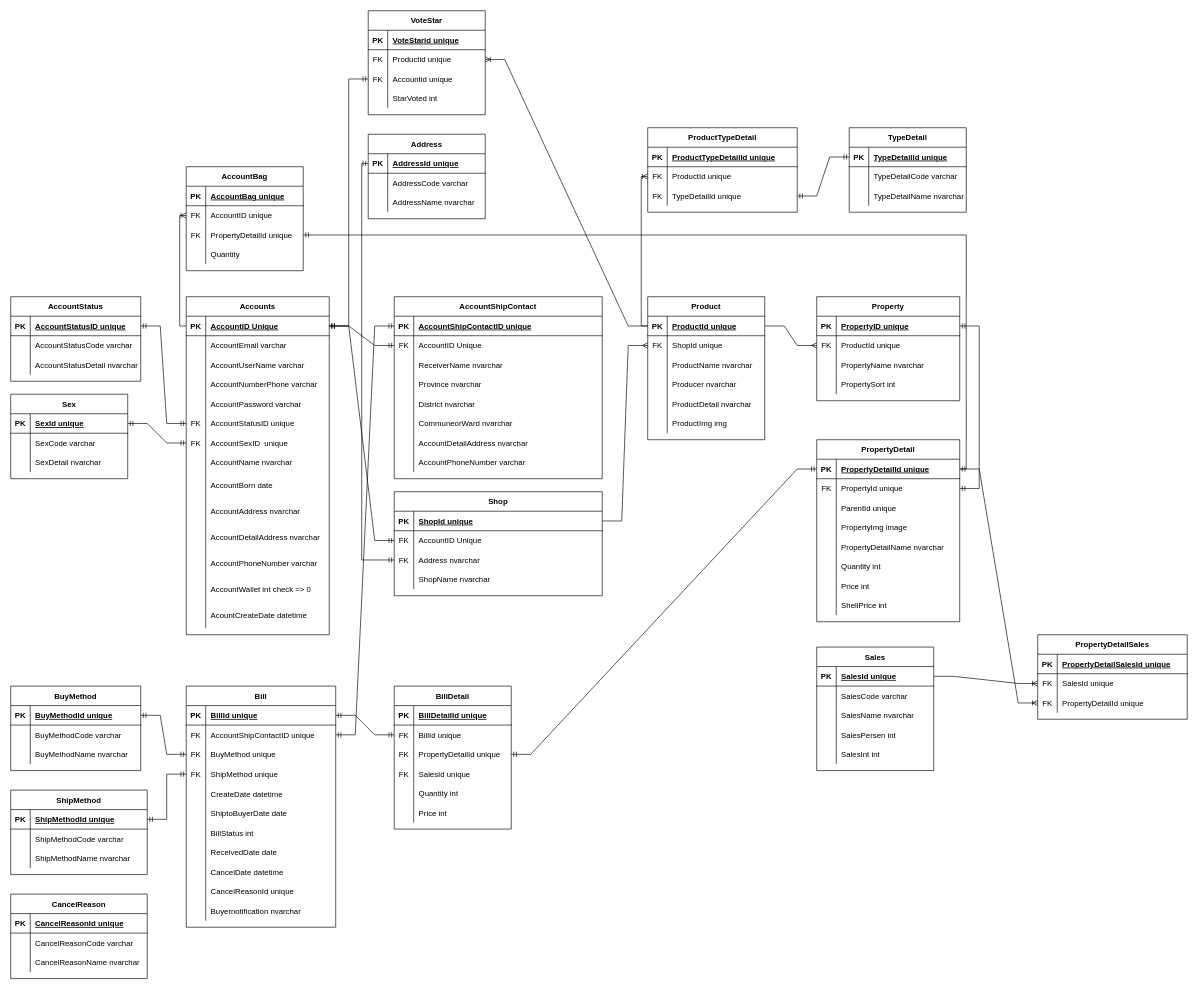
Earlier version of the draw.io diagram relationship-database-diagram.drawio (dj-xuyenchi/ShoppeeCover-desktop-web-java). Source tidied: cells renumbered, new cells numbered last; positions are measured from the earlier drawing's top-left corner, leaving out a move shared by most shapes. Both pictures are drawn from the tidied source at 65%, with x=0, y=0 at pixel (10, 10).
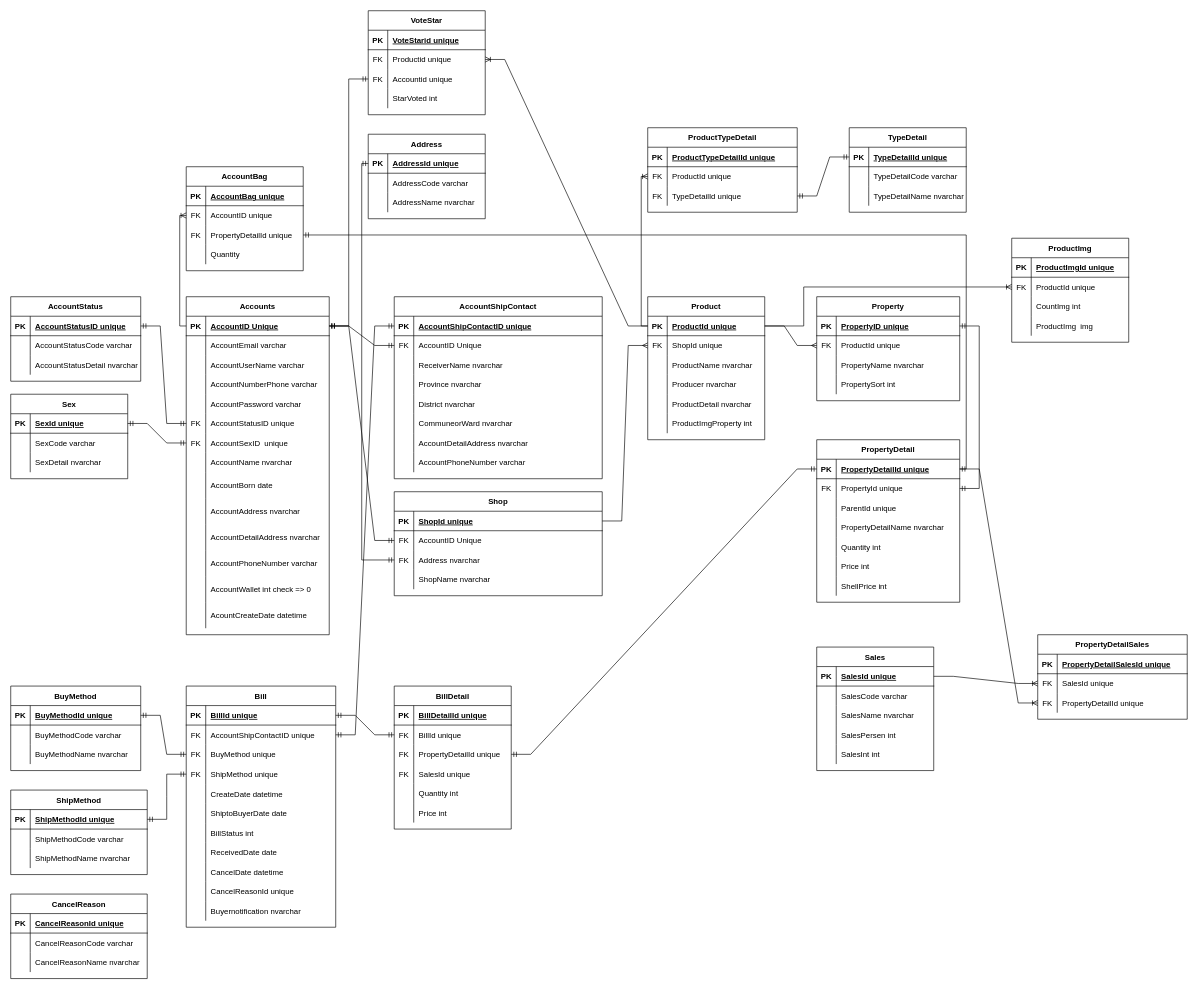
After the change.

Unchanged cells that the change refers to:
```xml
<mxCell id="108" style="shape=tableRow;horizontal=0;startSize=0;swimlaneHead=0;swimlaneBody=0;fillColor=none;points=[[0,0.5],[1,0.5]];portConstraint=eastwest;top=0;left=0;right=0;bottom=1;" parent="107" vertex="1">
  <mxGeometry y="30" width="180" height="30" as="geometry" />
</mxCell>
<mxCell id="123" style="shape=tableRow;horizontal=0;startSize=0;swimlaneHead=0;swimlaneBody=0;fillColor=none;top=0;left=0;right=0;bottom=0;" parent="107" vertex="1">
  <mxGeometry y="180" width="180" height="30" as="geometry" />
</mxCell>
```

The edit, as a diff of the source:
```diff
@@
-    <mxCell id="124" style="shape=partialRectangle;fillColor=none;top=0;left=0;bottom=0;right=0;overflow=hidden;" parent="123" vertex="1">
-      <mxGeometry width="30" height="30" as="geometry" />
-    </mxCell>
-    <mxCell id="125" value="ProductImg img" style="shape=partialRectangle;fillColor=none;top=0;left=0;bottom=0;right=0;align=left;spacingLeft=6;overflow=hidden;" parent="123" vertex="1">
-      <mxGeometry x="30" width="150" height="30" as="geometry" />
-    </mxCell>
+    <mxCell id="346" style="shape=partialRectangle;fillColor=none;top=0;left=0;bottom=0;right=0;overflow=hidden;" parent="123" vertex="1">
+      <mxGeometry width="30" height="30" as="geometry" />
+    </mxCell>
+    <mxCell id="347" value="ProductImgProperty int" style="shape=partialRectangle;fillColor=none;top=0;left=0;bottom=0;right=0;align=left;spacingLeft=6;overflow=hidden;" parent="123" vertex="1">
+      <mxGeometry x="30" width="150" height="30" as="geometry" />
+    </mxCell>
@@
     <mxCell id="141" value="PropertyDetail" style="shape=table;startSize=30;childLayout=tableLayout;rowLines=0;fontStyle=1;align=center;" parent="1" vertex="1">
-      <mxGeometry x="1240" y="660" width="220" height="280" as="geometry" />
+      <mxGeometry x="1240" y="660" width="220" height="250" as="geometry" />
     </mxCell>
@@
-    <mxCell id="151" style="shape=tableRow;horizontal=0;startSize=0;swimlaneHead=0;swimlaneBody=0;fillColor=none;top=0;left=0;right=0;bottom=0;" parent="141" vertex="1">
-      <mxGeometry y="120" width="220" height="30" as="geometry" />
-    </mxCell>
-    <mxCell id="152" style="shape=partialRectangle;fillColor=none;top=0;left=0;bottom=0;right=0;overflow=hidden;" parent="151" vertex="1">
-      <mxGeometry width="30" height="30" as="geometry" />
-    </mxCell>
-    <mxCell id="153" value="PropertyImg image" style="shape=partialRectangle;fillColor=none;top=0;left=0;bottom=0;right=0;align=left;spacingLeft=6;overflow=hidden;" parent="151" vertex="1">
-      <mxGeometry x="30" width="190" height="30" as="geometry" />
-    </mxCell>
     <mxCell id="154" style="shape=tableRow;horizontal=0;startSize=0;swimlaneHead=0;swimlaneBody=0;fillColor=none;top=0;left=0;right=0;bottom=0;" parent="141" vertex="1">
-      <mxGeometry y="150" width="220" height="30" as="geometry" />
+      <mxGeometry y="120" width="220" height="30" as="geometry" />
     </mxCell>
@@
     <mxCell id="157" style="shape=tableRow;horizontal=0;startSize=0;swimlaneHead=0;swimlaneBody=0;fillColor=none;top=0;left=0;right=0;bottom=0;" parent="141" vertex="1">
-      <mxGeometry y="180" width="220" height="30" as="geometry" />
+      <mxGeometry y="150" width="220" height="30" as="geometry" />
     </mxCell>
@@
     <mxCell id="160" style="shape=tableRow;horizontal=0;startSize=0;swimlaneHead=0;swimlaneBody=0;fillColor=none;top=0;left=0;right=0;bottom=0;" parent="141" vertex="1">
-      <mxGeometry y="210" width="220" height="30" as="geometry" />
+      <mxGeometry y="180" width="220" height="30" as="geometry" />
     </mxCell>
@@
     <mxCell id="163" style="shape=tableRow;horizontal=0;startSize=0;swimlaneHead=0;swimlaneBody=0;fillColor=none;top=0;left=0;right=0;bottom=0;" parent="141" vertex="1">
-      <mxGeometry y="240" width="220" height="30" as="geometry" />
+      <mxGeometry y="210" width="220" height="30" as="geometry" />
     </mxCell>
@@
+    <mxCell id="348" value="ProductImg" style="shape=table;startSize=30;childLayout=tableLayout;rowLines=0;fontStyle=1;align=center;" parent="1" vertex="1">
+      <mxGeometry x="1540" y="350" width="180" height="160" as="geometry" />
+    </mxCell>
+    <mxCell id="349" style="shape=tableRow;horizontal=0;startSize=0;swimlaneHead=0;swimlaneBody=0;fillColor=none;top=0;left=0;right=0;bottom=1;" parent="348" vertex="1">
+      <mxGeometry y="30" width="180" height="30" as="geometry" />
+    </mxCell>
+    <mxCell id="350" value="PK" style="shape=partialRectangle;fillColor=none;top=0;left=0;bottom=0;right=0;fontStyle=1;overflow=hidden;" parent="349" vertex="1">
+      <mxGeometry width="30" height="30" as="geometry" />
+    </mxCell>
+    <mxCell id="351" value="ProductImgId unique" style="shape=partialRectangle;fillColor=none;top=0;left=0;bottom=0;right=0;align=left;spacingLeft=6;fontStyle=5;overflow=hidden;" parent="349" vertex="1">
+      <mxGeometry x="30" width="150" height="30" as="geometry" />
+    </mxCell>
+    <mxCell id="352" style="shape=tableRow;horizontal=0;startSize=0;swimlaneHead=0;swimlaneBody=0;fillColor=none;points=[[0,0.5],[1,0.5]];portConstraint=eastwest;top=0;left=0;right=0;bottom=0;" parent="348" vertex="1">
+      <mxGeometry y="60" width="180" height="30" as="geometry" />
+    </mxCell>
+    <mxCell id="353" value="FK" style="shape=partialRectangle;fillColor=none;top=0;left=0;bottom=0;right=0;overflow=hidden;" parent="352" vertex="1">
+      <mxGeometry width="30" height="30" as="geometry" />
+    </mxCell>
+    <mxCell id="354" value="ProductId unique" style="shape=partialRectangle;fillColor=none;top=0;left=0;bottom=0;right=0;align=left;spacingLeft=6;overflow=hidden;" parent="352" vertex="1">
+      <mxGeometry x="30" width="150" height="30" as="geometry" />
+    </mxCell>
+    <mxCell id="355" style="shape=tableRow;horizontal=0;startSize=0;swimlaneHead=0;swimlaneBody=0;fillColor=none;top=0;left=0;right=0;bottom=0;" parent="348" vertex="1">
+      <mxGeometry y="90" width="180" height="30" as="geometry" />
+    </mxCell>
+    <mxCell id="356" style="shape=partialRectangle;fillColor=none;top=0;left=0;bottom=0;right=0;overflow=hidden;" parent="355" vertex="1">
+      <mxGeometry width="30" height="30" as="geometry" />
+    </mxCell>
+    <mxCell id="357" value="CountImg int" style="shape=partialRectangle;fillColor=none;top=0;left=0;bottom=0;right=0;align=left;spacingLeft=6;overflow=hidden;" parent="355" vertex="1">
+      <mxGeometry x="30" width="150" height="30" as="geometry" />
+    </mxCell>
+    <mxCell id="358" style="shape=tableRow;horizontal=0;startSize=0;swimlaneHead=0;swimlaneBody=0;fillColor=none;top=0;left=0;right=0;bottom=0;" parent="348" vertex="1">
+      <mxGeometry y="120" width="180" height="30" as="geometry" />
+    </mxCell>
+    <mxCell id="359" style="shape=partialRectangle;fillColor=none;top=0;left=0;bottom=0;right=0;overflow=hidden;" parent="358" vertex="1">
+      <mxGeometry width="30" height="30" as="geometry" />
+    </mxCell>
+    <mxCell id="125" value="ProductImg  img" style="shape=partialRectangle;fillColor=none;top=0;left=0;bottom=0;right=0;align=left;spacingLeft=6;overflow=hidden;" parent="358" vertex="1">
+      <mxGeometry x="30" width="150" height="30" as="geometry" />
+    </mxCell>
+    <mxCell id="360" style="edgeStyle=orthogonalEdgeStyle;fontSize=12;html=1;endArrow=ERoneToMany;rounded=0;entryX=0;entryY=0.5;entryDx=0;entryDy=0;exitX=1;exitY=0.5;exitDx=0;exitDy=0;" parent="1" edge="1" source="108" target="352">
+      <mxGeometry relative="1" as="geometry">
+        <Array as="points">
+          <mxPoint x="1220" y="485" />
+          <mxPoint x="1220" y="425" />
+        </Array>
+      </mxGeometry>
+    </mxCell>
```
